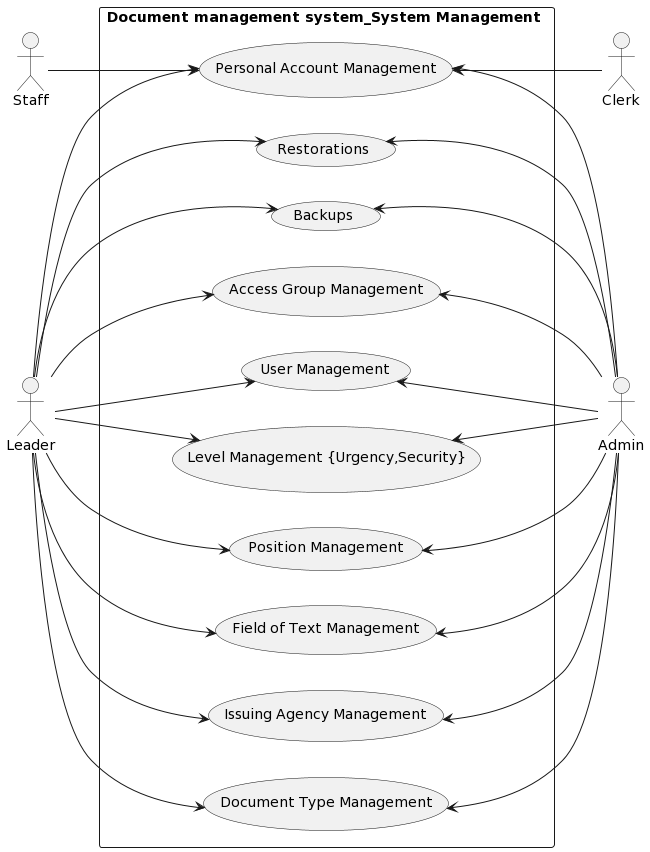
Earlier version of the PlantUML export Lab1/Lab1.2/UseCaseDiagram/System Management UseCase/System Management UseCase.png (khoapham1003/SE357-Pratice-class). Source of this version:
```plantuml
@startuml
left to right direction
skinparam packageStyle rectangle
actor Clerk as Clerk
actor Admin as Admin
actor Staff as Staff
actor Leader as Leader

rectangle "Document management system_System Management " {

Admin -up-> (Document Type Management)
Admin -up-> (Issuing Agency Management)
Admin -up-> (Field of Text Management)
Admin -up-> (Position Management)
Admin -up-> (Level Management {Urgency,Security})
Admin -up-> (User Management)
Admin -up-> (Access Group Management)
Admin -up-> (Personal Account Management)
Admin -up-> (Backups)
Admin -up-> (Restorations)


Leader --> (Document Type Management)
Leader --> (Issuing Agency Management)
Leader --> (Field of Text Management)
Leader --> (Position Management)
Leader --> (Level Management {Urgency,Security})
Leader --> (User Management)
Leader --> (Access Group Management)
Leader --> (Personal Account Management)
Leader --> (Backups)
Leader --> (Restorations)


Clerk -up-> (Personal Account Management)


Staff --> (Personal Account Management)

}
@enduml
```
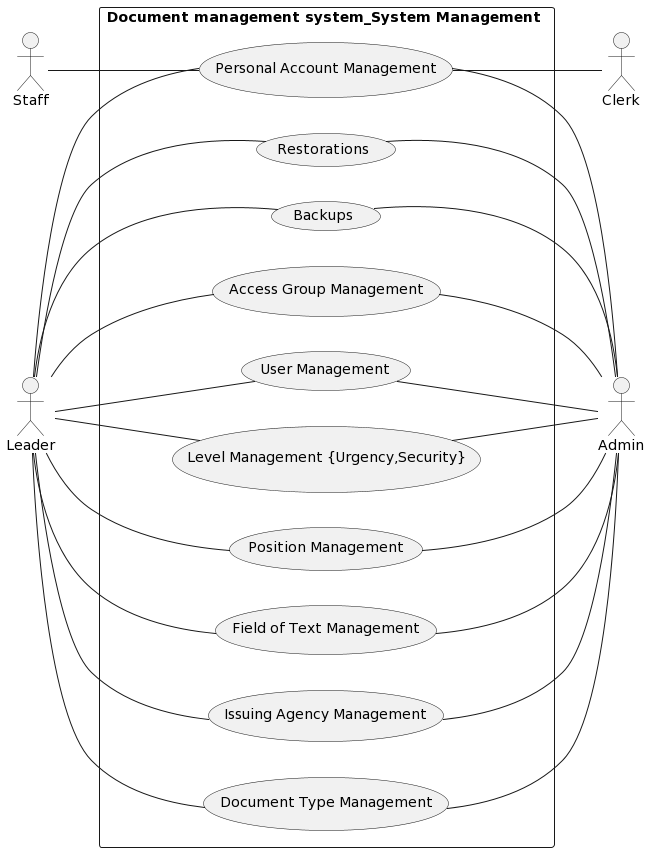
The same diagram one commit later.

What changed in the source:
```diff
@@ -8,34 +8,34 @@
 
 rectangle "Document management system_System Management " {
 
-Admin -up-> (Document Type Management)
-Admin -up-> (Issuing Agency Management)
-Admin -up-> (Field of Text Management)
-Admin -up-> (Position Management)
-Admin -up-> (Level Management {Urgency,Security})
-Admin -up-> (User Management)
-Admin -up-> (Access Group Management)
-Admin -up-> (Personal Account Management)
-Admin -up-> (Backups)
-Admin -up-> (Restorations)
+Admin -up- (Document Type Management)
+Admin -up- (Issuing Agency Management)
+Admin -up- (Field of Text Management)
+Admin -up- (Position Management)
+Admin -up- (Level Management {Urgency,Security})
+Admin -up- (User Management)
+Admin -up- (Access Group Management)
+Admin -up- (Personal Account Management)
+Admin -up- (Backups)
+Admin -up- (Restorations)
 
 
-Leader --> (Document Type Management)
-Leader --> (Issuing Agency Management)
-Leader --> (Field of Text Management)
-Leader --> (Position Management)
-Leader --> (Level Management {Urgency,Security})
-Leader --> (User Management)
-Leader --> (Access Group Management)
-Leader --> (Personal Account Management)
-Leader --> (Backups)
-Leader --> (Restorations)
+Leader -- (Document Type Management)
+Leader -- (Issuing Agency Management)
+Leader -- (Field of Text Management)
+Leader -- (Position Management)
+Leader -- (Level Management {Urgency,Security})
+Leader -- (User Management)
+Leader -- (Access Group Management)
+Leader -- (Personal Account Management)
+Leader -- (Backups)
+Leader -- (Restorations)
 
 
-Clerk -up-> (Personal Account Management)
+Clerk -up- (Personal Account Management)
 
 
-Staff --> (Personal Account Management)
+Staff -- (Personal Account Management)
 
 }
 @enduml
```
